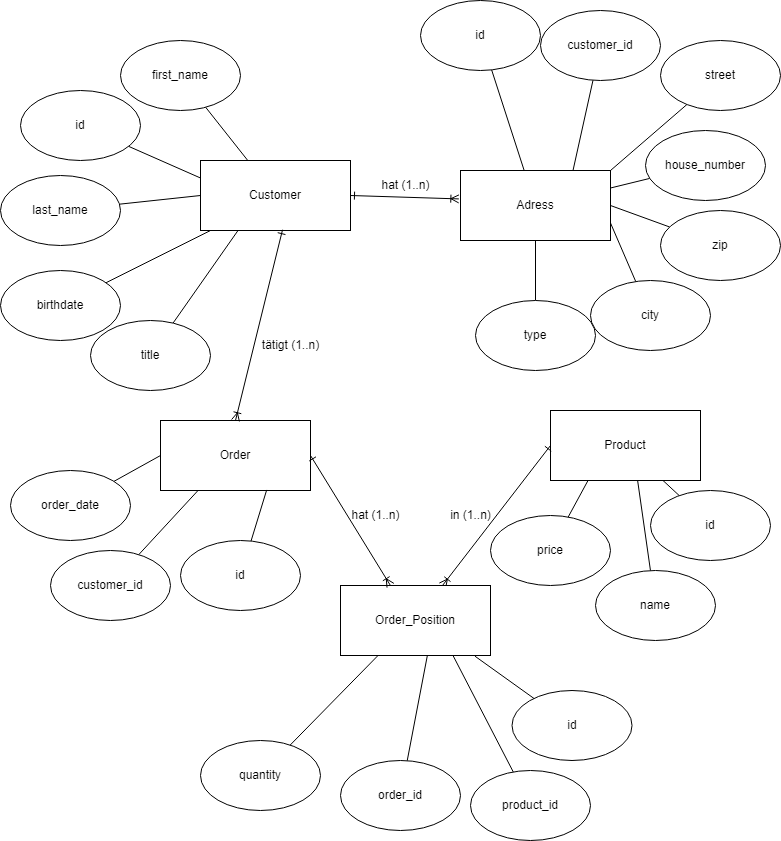
This is ER-Modell.png from Nasserxx/Software-Challenge, a draw.io export, as it was before one commit. Source tidied: cells renumbered, new cells last; positions are measured from the earlier drawing's top-left corner, leaving out a move shared by most shapes.
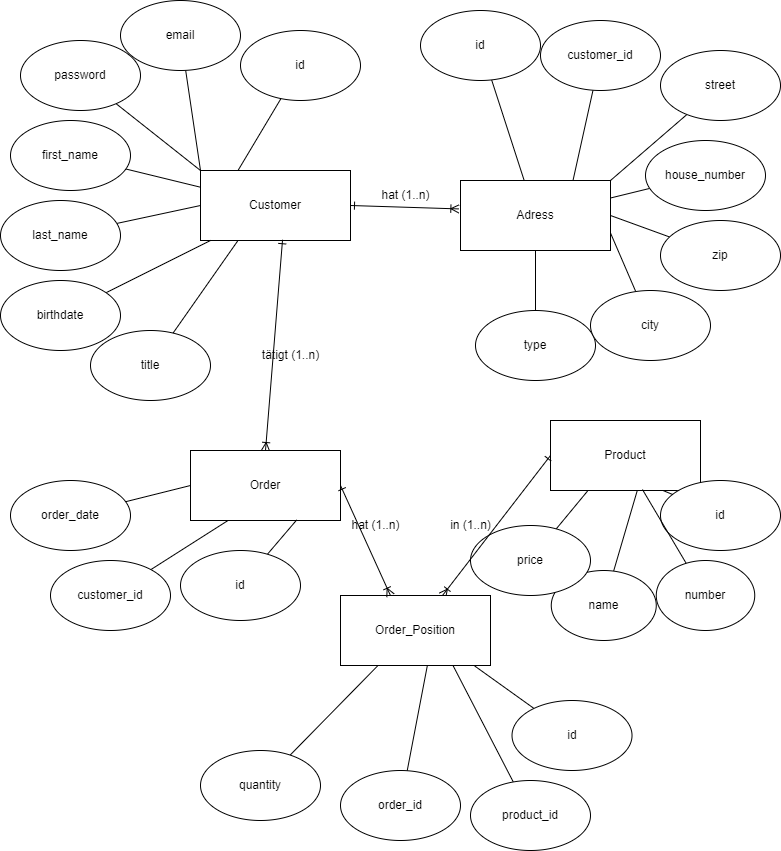
The same file after the commit.

Diff of the diagram source:
```diff
@@ -2,7 +2,7 @@
   <root>
     <mxCell id="0" />
     <mxCell id="1" parent="0" />
-    <mxCell id="2" style="rounded=0;jettySize=auto;html=1;endArrow=none;endFill=0;exitX=0;exitY=0.25;exitDx=0;exitDy=0;" parent="1" edge="1" source="4" target="5">
+    <mxCell id="2" style="rounded=0;jettySize=auto;html=1;endArrow=none;endFill=0;exitX=0.25;exitY=0;exitDx=0;exitDy=0;" parent="1" edge="1" source="4" target="5">
       <mxGeometry relative="1" as="geometry" />
     </mxCell>
     <mxCell id="3" style="rounded=0;jettySize=auto;html=1;entryX=-0.011;entryY=0.406;entryDx=0;entryDy=0;entryPerimeter=0;endArrow=ERoneToMany;endFill=0;startArrow=ERone;startFill=0;strokeColor=default;exitX=1;exitY=0.5;exitDx=0;exitDy=0;" parent="1" edge="1" source="4" target="15">
@@ -12,19 +12,19 @@
       <mxGeometry x="200" y="160" width="150" height="70" as="geometry" />
     </mxCell>
     <mxCell id="5" value="id" style="ellipse;whiteSpace=wrap;html=1;rounded=0;" parent="1" vertex="1">
-      <mxGeometry x="20" y="90" width="120" height="70" as="geometry" />
+      <mxGeometry x="240" y="20" width="120" height="70" as="geometry" />
     </mxCell>
     <mxCell id="6" style="rounded=0;jettySize=auto;html=1;endArrow=none;endFill=0;exitX=0;exitY=0.5;exitDx=0;exitDy=0;" parent="1" edge="1" source="4" target="7">
       <mxGeometry relative="1" as="geometry" />
     </mxCell>
     <mxCell id="7" value="last_name" style="ellipse;whiteSpace=wrap;html=1;rounded=0;" parent="1" vertex="1">
-      <mxGeometry y="175" width="120" height="70" as="geometry" />
+      <mxGeometry y="190" width="120" height="70" as="geometry" />
     </mxCell>
     <mxCell id="8" style="rounded=0;jettySize=auto;html=1;endArrow=none;endFill=0;" parent="1" edge="1" source="4" target="9">
       <mxGeometry relative="1" as="geometry" />
     </mxCell>
     <mxCell id="9" value="first_name" style="ellipse;whiteSpace=wrap;html=1;rounded=0;" parent="1" vertex="1">
-      <mxGeometry x="120" y="40" width="120" height="70" as="geometry" />
+      <mxGeometry x="10" y="110" width="120" height="70" as="geometry" />
     </mxCell>
     <mxCell id="10" style="rounded=0;jettySize=auto;html=1;endArrow=none;endFill=0;exitX=0.25;exitY=1;exitDx=0;exitDy=0;" parent="1" edge="1" source="4" target="11">
       <mxGeometry relative="1" as="geometry">
@@ -94,25 +94,25 @@
       <mxGeometry x="550" y="410" width="150" height="70" as="geometry" />
     </mxCell>
     <mxCell id="31" value="name" style="ellipse;whiteSpace=wrap;html=1;rounded=0;" parent="1" vertex="1">
-      <mxGeometry x="595" y="570" width="120" height="70" as="geometry" />
+      <mxGeometry x="550.8" y="560" width="105" height="70" as="geometry" />
     </mxCell>
     <mxCell id="32" style="rounded=0;jettySize=auto;html=1;endArrow=none;endFill=0;exitX=0.25;exitY=1;exitDx=0;exitDy=0;" parent="1" edge="1" source="30" target="33">
       <mxGeometry relative="1" as="geometry" />
     </mxCell>
     <mxCell id="33" value="price" style="ellipse;whiteSpace=wrap;html=1;rounded=0;" parent="1" vertex="1">
-      <mxGeometry x="490" y="515" width="120" height="70" as="geometry" />
+      <mxGeometry x="470" y="515" width="120" height="70" as="geometry" />
     </mxCell>
     <mxCell id="34" style="rounded=0;jettySize=auto;html=1;endArrow=none;endFill=0;exitX=0.75;exitY=1;exitDx=0;exitDy=0;" parent="1" edge="1" source="30" target="35">
       <mxGeometry relative="1" as="geometry" />
     </mxCell>
     <mxCell id="35" value="id" style="ellipse;whiteSpace=wrap;html=1;rounded=0;" parent="1" vertex="1">
-      <mxGeometry x="650" y="490" width="120" height="70" as="geometry" />
+      <mxGeometry x="660" y="470" width="120" height="70" as="geometry" />
     </mxCell>
     <mxCell id="36" style="rounded=0;jettySize=auto;html=1;endArrow=none;endFill=0;exitX=0.25;exitY=1;exitDx=0;exitDy=0;" parent="1" edge="1" source="37" target="38">
       <mxGeometry relative="1" as="geometry" />
     </mxCell>
     <mxCell id="37" value="Order" style="rounded=0;whiteSpace=wrap;html=1;" parent="1" vertex="1">
-      <mxGeometry x="160" y="420" width="150" height="70" as="geometry" />
+      <mxGeometry x="190" y="440" width="150" height="70" as="geometry" />
     </mxCell>
     <mxCell id="38" value="customer_id" style="ellipse;whiteSpace=wrap;html=1;rounded=0;" parent="1" vertex="1">
       <mxGeometry x="50" y="550" width="120" height="70" as="geometry" />
@@ -177,5 +177,23 @@
     <mxCell id="58" value="id" style="ellipse;whiteSpace=wrap;html=1;rounded=0;" parent="1" vertex="1">
       <mxGeometry x="511.5" y="690" width="120" height="70" as="geometry" />
     </mxCell>
+    <mxCell id="59" style="rounded=0;jettySize=auto;html=1;endArrow=none;endFill=0;exitX=0;exitY=0;exitDx=0;exitDy=0;" parent="1" edge="1" source="4" target="60">
+      <mxGeometry relative="1" as="geometry" />
+    </mxCell>
+    <mxCell id="60" value="email" style="ellipse;whiteSpace=wrap;html=1;rounded=0;" parent="1" vertex="1">
+      <mxGeometry x="120" y="-10" width="120" height="70" as="geometry" />
+    </mxCell>
+    <mxCell id="61" style="rounded=0;jettySize=auto;html=1;endArrow=none;endFill=0;exitX=0;exitY=0;exitDx=0;exitDy=0;" parent="1" edge="1" source="4" target="62">
+      <mxGeometry relative="1" as="geometry" />
+    </mxCell>
+    <mxCell id="62" value="password" style="ellipse;whiteSpace=wrap;html=1;rounded=0;" parent="1" vertex="1">
+      <mxGeometry x="20" y="30" width="120" height="70" as="geometry" />
+    </mxCell>
+    <mxCell id="63" style="rounded=0;jettySize=auto;html=1;endArrow=none;endFill=0;exitX=0.613;exitY=0.986;exitDx=0;exitDy=0;exitPerimeter=0;" parent="1" edge="1" source="30" target="64">
+      <mxGeometry relative="1" as="geometry" />
+    </mxCell>
+    <mxCell id="64" value="number" style="ellipse;whiteSpace=wrap;html=1;rounded=0;" parent="1" vertex="1">
+      <mxGeometry x="655.8" y="550" width="98.5" height="70" as="geometry" />
+    </mxCell>
   </root>
 </mxGraphModel>
```
